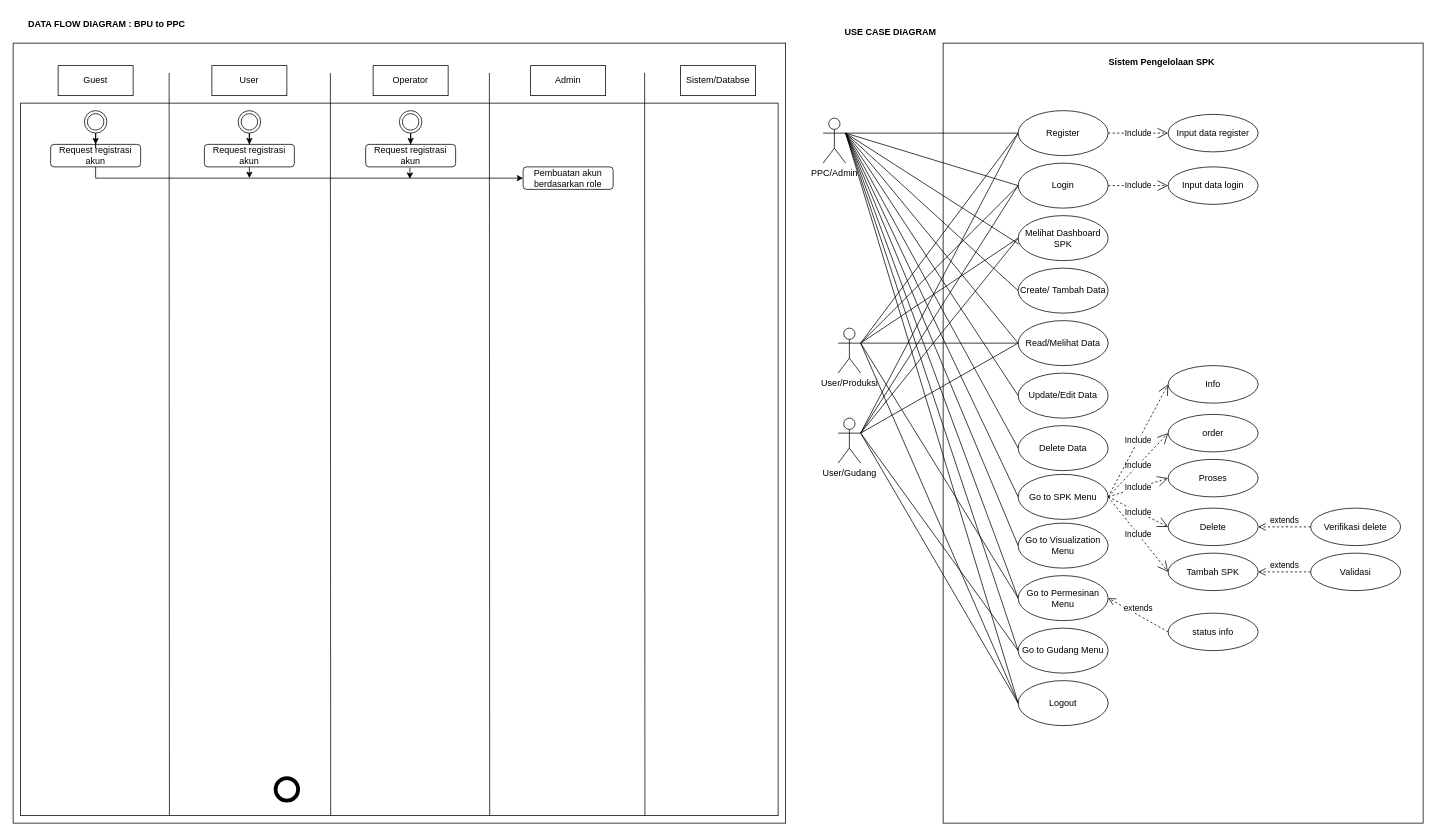
Above: UCD progres rev.drawio in rdhst/ena-me-project (draw.io), before the change. Source tidied: cells renumbered, new cells numbered last; positions are measured from the earlier drawing's top-left corner, leaving out a move shared by most shapes. Both pictures are drawn from the tidied source at 75%, with x=0, y=0 at pixel (13, 13).
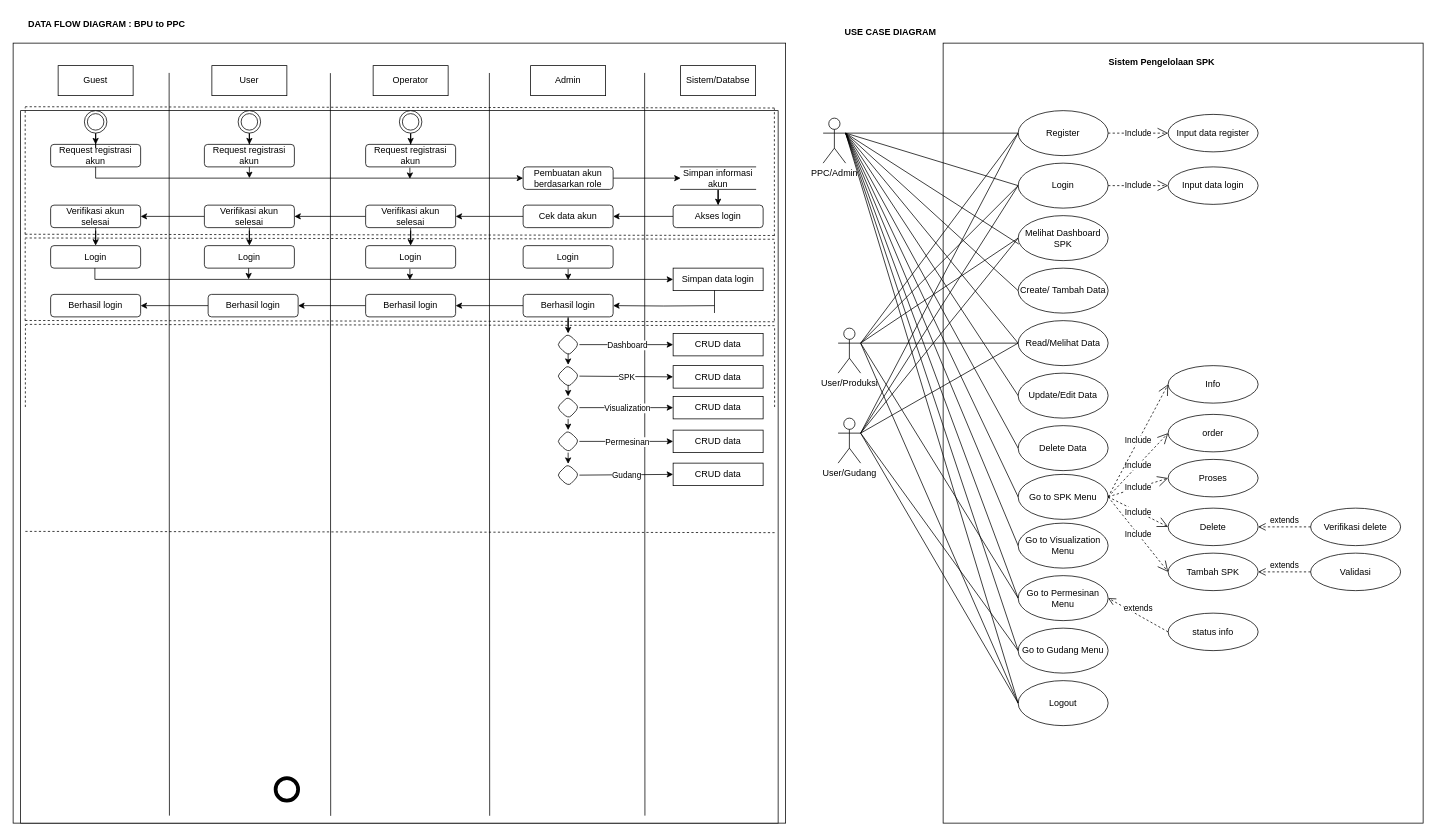
After the change.

Commit message:
Update UCD-DFDprogres rev.drawio

Unchanged cells that the change refers to:
```xml
<mxCell id="86" value="Pembuatan akun berdasarkan role" style="rounded=1;whiteSpace=wrap;html=1;" parent="1" vertex="1">
  <mxGeometry x="680" y="205" width="120" height="30" as="geometry" />
</mxCell>
```

The edit, as a diff of the source:
```diff
@@
     <mxCell id="66" style="rounded=0;whiteSpace=wrap;html=1;" parent="1" vertex="1">
-      <mxGeometry x="10" y="120" width="1010" height="950" as="geometry" />
+      <mxGeometry x="10" y="130" width="1010" height="950" as="geometry" />
     </mxCell>
@@
+    <mxCell id="91" style="edgeStyle=orthogonalEdgeStyle;rounded=0;jettySize=auto;html=1;" parent="1" edge="1" source="86" target="93">
+      <mxGeometry relative="1" as="geometry" />
+    </mxCell>
@@
+    <mxCell id="92" style="edgeStyle=orthogonalEdgeStyle;rounded=0;jettySize=auto;html=1;" parent="1" edge="1" source="93" target="95">
+      <mxGeometry relative="1" as="geometry" />
+    </mxCell>
+    <mxCell id="93" value="Simpan informasi akun" style="html=1;dashed=0;whiteSpace=wrap;shape=partialRectangle;right=0;left=0;" parent="1" vertex="1">
+      <mxGeometry x="890" y="205" width="100" height="30" as="geometry" />
+    </mxCell>
+    <mxCell id="94" style="edgeStyle=orthogonalEdgeStyle;rounded=0;jettySize=auto;html=1;" parent="1" edge="1" source="95" target="97">
+      <mxGeometry relative="1" as="geometry" />
+    </mxCell>
+    <mxCell id="95" value="Akses login" style="rounded=1;whiteSpace=wrap;html=1;" parent="1" vertex="1">
+      <mxGeometry x="880" y="256" width="120" height="30" as="geometry" />
+    </mxCell>
+    <mxCell id="96" style="edgeStyle=orthogonalEdgeStyle;rounded=0;jettySize=auto;html=1;" parent="1" edge="1" source="97" target="100">
+      <mxGeometry relative="1" as="geometry" />
+    </mxCell>
+    <mxCell id="97" value="Cek data akun" style="rounded=1;whiteSpace=wrap;html=1;" parent="1" vertex="1">
+      <mxGeometry x="680" y="256" width="120" height="30" as="geometry" />
+    </mxCell>
+    <mxCell id="98" style="edgeStyle=orthogonalEdgeStyle;rounded=0;jettySize=auto;html=1;" parent="1" edge="1" source="100" target="103">
+      <mxGeometry relative="1" as="geometry" />
+    </mxCell>
+    <mxCell id="99" style="edgeStyle=orthogonalEdgeStyle;rounded=0;jettySize=auto;html=1;" parent="1" edge="1" source="100" target="116">
+      <mxGeometry relative="1" as="geometry" />
+    </mxCell>
+    <mxCell id="100" value="Verifikasi akun selesai" style="rounded=1;whiteSpace=wrap;html=1;" parent="1" vertex="1">
+      <mxGeometry x="470" y="256" width="120" height="30" as="geometry" />
+    </mxCell>
+    <mxCell id="101" style="edgeStyle=orthogonalEdgeStyle;rounded=0;jettySize=auto;html=1;" parent="1" edge="1" source="103" target="105">
+      <mxGeometry relative="1" as="geometry" />
+    </mxCell>
+    <mxCell id="102" style="edgeStyle=orthogonalEdgeStyle;rounded=0;jettySize=auto;html=1;" parent="1" edge="1" source="103" target="115">
+      <mxGeometry relative="1" as="geometry" />
+    </mxCell>
+    <mxCell id="103" value="Verifikasi akun selesai" style="rounded=1;whiteSpace=wrap;html=1;" parent="1" vertex="1">
+      <mxGeometry x="255" y="256" width="120" height="30" as="geometry" />
+    </mxCell>
+    <mxCell id="104" style="edgeStyle=orthogonalEdgeStyle;rounded=0;jettySize=auto;html=1;" parent="1" edge="1" source="105" target="110">
+      <mxGeometry relative="1" as="geometry" />
+    </mxCell>
+    <mxCell id="105" value="Verifikasi akun selesai" style="rounded=1;whiteSpace=wrap;html=1;" parent="1" vertex="1">
+      <mxGeometry x="50" y="256" width="120" height="30" as="geometry" />
+    </mxCell>
+    <mxCell id="106" style="endArrow=none;dashed=1;html=1;rounded=0;entryX=0.01;entryY=0.011;entryDx=0;entryDy=0;entryPerimeter=0;" parent="1" edge="1">
+      <mxGeometry relative="1" as="geometry">
+        <mxPoint x="16" y="295" as="sourcePoint" />
+        <mxPoint x="16.1" y="125.5" as="targetPoint" />
+      </mxGeometry>
+    </mxCell>
+    <mxCell id="107" style="endArrow=none;dashed=1;html=1;rounded=0;entryX=0.01;entryY=0.011;entryDx=0;entryDy=0;entryPerimeter=0;" parent="1" edge="1">
+      <mxGeometry relative="1" as="geometry">
+        <mxPoint x="1015" y="297" as="sourcePoint" />
+        <mxPoint x="1015" y="127" as="targetPoint" />
+      </mxGeometry>
+    </mxCell>
+    <mxCell id="108" style="endArrow=none;dashed=1;html=1;rounded=0;exitX=0.99;exitY=0.011;exitDx=0;exitDy=0;exitPerimeter=0;entryX=0;entryY=0.184;entryDx=0;entryDy=0;entryPerimeter=0;" parent="1" edge="1">
+      <mxGeometry relative="1" as="geometry">
+        <mxPoint x="1015" y="296.5" as="sourcePoint" />
+        <mxPoint x="14" y="294.8" as="targetPoint" />
+      </mxGeometry>
+    </mxCell>
+    <mxCell id="109" style="endArrow=none;dashed=1;html=1;rounded=0;exitX=0.99;exitY=0.011;exitDx=0;exitDy=0;exitPerimeter=0;entryX=0;entryY=0.184;entryDx=0;entryDy=0;entryPerimeter=0;" parent="1" edge="1">
+      <mxGeometry relative="1" as="geometry">
+        <mxPoint x="1015" y="126.5" as="sourcePoint" />
+        <mxPoint x="14" y="124.8" as="targetPoint" />
+      </mxGeometry>
+    </mxCell>
+    <mxCell id="110" value="Login" style="rounded=1;whiteSpace=wrap;html=1;" parent="1" vertex="1">
+      <mxGeometry x="50" y="310" width="120" height="30" as="geometry" />
+    </mxCell>
+    <mxCell id="111" style="endArrow=none;dashed=1;html=1;rounded=0;entryX=0.01;entryY=0.011;entryDx=0;entryDy=0;entryPerimeter=0;" parent="1" edge="1">
+      <mxGeometry relative="1" as="geometry">
+        <mxPoint x="16" y="410" as="sourcePoint" />
+        <mxPoint x="16.1" y="300.5" as="targetPoint" />
+      </mxGeometry>
+    </mxCell>
+    <mxCell id="112" style="endArrow=none;dashed=1;html=1;rounded=0;entryX=0.01;entryY=0.011;entryDx=0;entryDy=0;entryPerimeter=0;" parent="1" edge="1">
+      <mxGeometry relative="1" as="geometry">
+        <mxPoint x="1015" y="410" as="sourcePoint" />
+        <mxPoint x="1015" y="302" as="targetPoint" />
+      </mxGeometry>
+    </mxCell>
+    <mxCell id="113" style="endArrow=none;dashed=1;html=1;rounded=0;exitX=0.99;exitY=0.011;exitDx=0;exitDy=0;exitPerimeter=0;entryX=0;entryY=0.184;entryDx=0;entryDy=0;entryPerimeter=0;" parent="1" edge="1">
+      <mxGeometry relative="1" as="geometry">
+        <mxPoint x="1015" y="411.5" as="sourcePoint" />
+        <mxPoint x="14" y="409.8" as="targetPoint" />
+      </mxGeometry>
+    </mxCell>
+    <mxCell id="114" style="endArrow=none;dashed=1;html=1;rounded=0;exitX=0.99;exitY=0.011;exitDx=0;exitDy=0;exitPerimeter=0;entryX=0;entryY=0.184;entryDx=0;entryDy=0;entryPerimeter=0;" parent="1" edge="1">
+      <mxGeometry relative="1" as="geometry">
+        <mxPoint x="1015" y="301.5" as="sourcePoint" />
+        <mxPoint x="14" y="299.8" as="targetPoint" />
+      </mxGeometry>
+    </mxCell>
+    <mxCell id="115" value="Login" style="rounded=1;whiteSpace=wrap;html=1;" parent="1" vertex="1">
+      <mxGeometry x="255" y="310" width="120" height="30" as="geometry" />
+    </mxCell>
+    <mxCell id="116" value="Login" style="rounded=1;whiteSpace=wrap;html=1;" parent="1" vertex="1">
+      <mxGeometry x="470" y="310" width="120" height="30" as="geometry" />
+    </mxCell>
+    <mxCell id="117" value="Login" style="rounded=1;whiteSpace=wrap;html=1;" parent="1" vertex="1">
+      <mxGeometry x="680" y="310" width="120" height="30" as="geometry" />
+    </mxCell>
+    <mxCell id="118" style="endArrow=classic;html=1;rounded=0;entryX=0;entryY=0.5;entryDx=0;entryDy=0;" parent="1" edge="1" target="122">
+      <mxGeometry relative="1" as="geometry">
+        <mxPoint x="109" y="355" as="sourcePoint" />
+      </mxGeometry>
+    </mxCell>
+    <mxCell id="119" style="endArrow=none;html=1;rounded=0;" parent="1" edge="1">
+      <mxGeometry relative="1" as="geometry">
+        <mxPoint x="109" y="355" as="sourcePoint" />
+        <mxPoint x="109" y="340" as="targetPoint" />
+      </mxGeometry>
+    </mxCell>
+    <mxCell id="120" style="endArrow=classic;html=1;rounded=0;exitX=0.5;exitY=1;exitDx=0;exitDy=0;" parent="1" edge="1">
+      <mxGeometry relative="1" as="geometry">
+        <mxPoint x="314" y="340" as="sourcePoint" />
+        <mxPoint x="314" y="355" as="targetPoint" />
+      </mxGeometry>
+    </mxCell>
+    <mxCell id="121" style="endArrow=classic;html=1;rounded=0;exitX=0.5;exitY=1;exitDx=0;exitDy=0;" parent="1" edge="1">
+      <mxGeometry relative="1" as="geometry">
+        <mxPoint x="529" y="341" as="sourcePoint" />
+        <mxPoint x="529" y="356" as="targetPoint" />
+      </mxGeometry>
+    </mxCell>
+    <mxCell id="122" value="Simpan data login" style="rounded=0;whiteSpace=wrap;html=1;" parent="1" vertex="1">
+      <mxGeometry x="880" y="340" width="120" height="30" as="geometry" />
+    </mxCell>
+    <mxCell id="123" style="endArrow=classic;html=1;rounded=0;exitX=0.5;exitY=1;exitDx=0;exitDy=0;" parent="1" edge="1">
+      <mxGeometry relative="1" as="geometry">
+        <mxPoint x="740" y="341" as="sourcePoint" />
+        <mxPoint x="740" y="356" as="targetPoint" />
+      </mxGeometry>
+    </mxCell>
+    <mxCell id="124" style="edgeStyle=orthogonalEdgeStyle;rounded=0;jettySize=auto;html=1;" parent="1" edge="1" source="126" target="130">
+      <mxGeometry relative="1" as="geometry" />
+    </mxCell>
+    <mxCell id="125" style="edgeStyle=orthogonalEdgeStyle;rounded=0;jettySize=auto;html=1;entryX=0.5;entryY=0;entryDx=0;entryDy=0;" parent="1" edge="1" source="126" target="138">
+      <mxGeometry relative="1" as="geometry" />
+    </mxCell>
+    <mxCell id="126" value="Berhasil login" style="rounded=1;whiteSpace=wrap;html=1;" parent="1" vertex="1">
+      <mxGeometry x="680" y="375" width="120" height="30" as="geometry" />
+    </mxCell>
+    <mxCell id="127" style="endArrow=none;html=1;rounded=0;entryX=0.46;entryY=0.987;entryDx=0;entryDy=0;entryPerimeter=0;exitX=0.916;exitY=0.284;exitDx=0;exitDy=0;exitPerimeter=0;" parent="1" edge="1" source="66" target="122">
+      <mxGeometry relative="1" as="geometry" />
+    </mxCell>
+    <mxCell id="128" style="edgeStyle=orthogonalEdgeStyle;rounded=0;jettySize=auto;html=1;entryX=1;entryY=0.5;entryDx=0;entryDy=0;" parent="1" edge="1" target="126">
+      <mxGeometry relative="1" as="geometry">
+        <mxPoint x="935" y="390" as="sourcePoint" />
+      </mxGeometry>
+    </mxCell>
+    <mxCell id="129" style="edgeStyle=orthogonalEdgeStyle;rounded=0;jettySize=auto;html=1;" parent="1" edge="1" source="130" target="132">
+      <mxGeometry relative="1" as="geometry" />
+    </mxCell>
+    <mxCell id="130" value="Berhasil login" style="rounded=1;whiteSpace=wrap;html=1;" parent="1" vertex="1">
+      <mxGeometry x="470" y="375" width="120" height="30" as="geometry" />
+    </mxCell>
+    <mxCell id="131" style="edgeStyle=orthogonalEdgeStyle;rounded=0;jettySize=auto;html=1;" parent="1" edge="1" source="132" target="133">
+      <mxGeometry relative="1" as="geometry" />
+    </mxCell>
+    <mxCell id="132" value="Berhasil login" style="rounded=1;whiteSpace=wrap;html=1;" parent="1" vertex="1">
+      <mxGeometry x="260" y="375" width="120" height="30" as="geometry" />
+    </mxCell>
+    <mxCell id="133" value="Berhasil login" style="rounded=1;whiteSpace=wrap;html=1;" parent="1" vertex="1">
+      <mxGeometry x="50" y="375" width="120" height="30" as="geometry" />
+    </mxCell>
+    <mxCell id="134" style="endArrow=none;dashed=1;html=1;rounded=0;entryX=0.01;entryY=0.011;entryDx=0;entryDy=0;entryPerimeter=0;" parent="1" edge="1">
+      <mxGeometry relative="1" as="geometry">
+        <mxPoint x="16.3" y="525.2" as="sourcePoint" />
+        <mxPoint x="16.4" y="415.7" as="targetPoint" />
+      </mxGeometry>
+    </mxCell>
+    <mxCell id="135" style="endArrow=none;dashed=1;html=1;rounded=0;entryX=0.01;entryY=0.011;entryDx=0;entryDy=0;entryPerimeter=0;" parent="1" edge="1">
+      <mxGeometry relative="1" as="geometry">
+        <mxPoint x="1015.3" y="525.2" as="sourcePoint" />
+        <mxPoint x="1015.3" y="417.2" as="targetPoint" />
+      </mxGeometry>
+    </mxCell>
+    <mxCell id="136" style="endArrow=none;dashed=1;html=1;rounded=0;exitX=0.99;exitY=0.011;exitDx=0;exitDy=0;exitPerimeter=0;entryX=0;entryY=0.184;entryDx=0;entryDy=0;entryPerimeter=0;" parent="1" edge="1">
+      <mxGeometry relative="1" as="geometry">
+        <mxPoint x="1015.3" y="692.7" as="sourcePoint" />
+        <mxPoint x="14.3" y="691" as="targetPoint" />
+      </mxGeometry>
+    </mxCell>
+    <mxCell id="137" style="endArrow=none;dashed=1;html=1;rounded=0;exitX=0.99;exitY=0.011;exitDx=0;exitDy=0;exitPerimeter=0;entryX=0;entryY=0.184;entryDx=0;entryDy=0;entryPerimeter=0;" parent="1" edge="1">
+      <mxGeometry relative="1" as="geometry">
+        <mxPoint x="1015.3" y="416.7" as="sourcePoint" />
+        <mxPoint x="14.3" y="415" as="targetPoint" />
+      </mxGeometry>
+    </mxCell>
+    <mxCell id="138" style="rhombus;whiteSpace=wrap;html=1;rounded=1;" parent="1" vertex="1">
+      <mxGeometry x="725" y="427" width="30" height="30" as="geometry" />
+    </mxCell>
+    <mxCell id="139" style="endArrow=classic;html=1;rounded=0;entryX=0;entryY=0.5;entryDx=0;entryDy=0;exitX=1;exitY=0.5;exitDx=0;exitDy=0;" parent="1" edge="1" source="138" target="141">
+      <mxGeometry relative="1" as="geometry" />
+    </mxCell>
+    <mxCell id="140" value="Dashboard" style="edgeLabel;html=1;align=center;verticalAlign=middle;" parent="139" vertex="1">
+      <mxGeometry relative="1" as="geometry" />
+    </mxCell>
+    <mxCell id="141" value="CRUD data" style="rounded=0;whiteSpace=wrap;html=1;" parent="1" vertex="1">
+      <mxGeometry x="880" y="427" width="120" height="30" as="geometry" />
+    </mxCell>
+    <mxCell id="142" style="endArrow=classic;html=1;rounded=0;entryX=0;entryY=0.5;entryDx=0;entryDy=0;exitX=1;exitY=0.5;exitDx=0;exitDy=0;" parent="1" edge="1" source="145" target="144">
+      <mxGeometry relative="1" as="geometry" />
+    </mxCell>
+    <mxCell id="143" value="SPK" style="edgeLabel;html=1;align=center;verticalAlign=middle;" parent="142" vertex="1">
+      <mxGeometry relative="1" as="geometry" />
+    </mxCell>
+    <mxCell id="144" value="CRUD data" style="rounded=0;whiteSpace=wrap;html=1;" parent="1" vertex="1">
+      <mxGeometry x="880" y="470" width="120" height="30" as="geometry" />
+    </mxCell>
+    <mxCell id="145" style="rhombus;whiteSpace=wrap;html=1;rounded=1;" parent="1" vertex="1">
+      <mxGeometry x="725" y="469" width="30" height="30" as="geometry" />
+    </mxCell>
+    <mxCell id="146" style="rhombus;whiteSpace=wrap;html=1;rounded=1;" parent="1" vertex="1">
+      <mxGeometry x="725" y="556" width="30" height="30" as="geometry" />
+    </mxCell>
+    <mxCell id="147" style="endArrow=classic;html=1;rounded=0;exitX=0.5;exitY=1;exitDx=0;exitDy=0;entryX=0.5;entryY=0;entryDx=0;entryDy=0;" parent="1" edge="1" target="145">
+      <mxGeometry relative="1" as="geometry">
+        <mxPoint x="740" y="454" as="sourcePoint" />
+      </mxGeometry>
+    </mxCell>
+    <mxCell id="148" style="endArrow=classic;html=1;rounded=0;entryX=0.5;entryY=0;entryDx=0;entryDy=0;exitX=0.5;exitY=1;exitDx=0;exitDy=0;" parent="1" edge="1" target="149">
+      <mxGeometry relative="1" as="geometry">
+        <mxPoint x="740" y="496" as="sourcePoint" />
+      </mxGeometry>
+    </mxCell>
+    <mxCell id="149" style="rhombus;whiteSpace=wrap;html=1;rounded=1;" parent="1" vertex="1">
+      <mxGeometry x="725" y="511" width="30" height="30" as="geometry" />
+    </mxCell>
+    <mxCell id="150" style="endArrow=classic;html=1;rounded=0;entryX=0;entryY=0.5;entryDx=0;entryDy=0;exitX=1;exitY=0.5;exitDx=0;exitDy=0;" parent="1" edge="1" source="149" target="152">
+      <mxGeometry relative="1" as="geometry" />
+    </mxCell>
+    <mxCell id="151" value="Visualization" style="edgeLabel;html=1;align=center;verticalAlign=middle;" parent="150" vertex="1">
+      <mxGeometry relative="1" as="geometry" />
+    </mxCell>
+    <mxCell id="152" value="CRUD data" style="rounded=0;whiteSpace=wrap;html=1;" parent="1" vertex="1">
+      <mxGeometry x="880" y="511" width="120" height="30" as="geometry" />
+    </mxCell>
+    <mxCell id="153" style="endArrow=classic;html=1;rounded=0;entryX=0.5;entryY=0;entryDx=0;entryDy=0;exitX=0.5;exitY=1;exitDx=0;exitDy=0;" parent="1" edge="1" source="149" target="146">
+      <mxGeometry relative="1" as="geometry" />
+    </mxCell>
+    <mxCell id="154" style="endArrow=classic;html=1;rounded=0;entryX=0;entryY=0.5;entryDx=0;entryDy=0;exitX=1;exitY=0.5;exitDx=0;exitDy=0;" parent="1" edge="1" source="146" target="156">
+      <mxGeometry relative="1" as="geometry" />
+    </mxCell>
+    <mxCell id="155" value="Permesinan" style="edgeLabel;html=1;align=center;verticalAlign=middle;" parent="154" vertex="1">
+      <mxGeometry relative="1" as="geometry" />
+    </mxCell>
+    <mxCell id="156" value="CRUD data" style="rounded=0;whiteSpace=wrap;html=1;" parent="1" vertex="1">
+      <mxGeometry x="880" y="556" width="120" height="30" as="geometry" />
+    </mxCell>
+    <mxCell id="157" style="rhombus;whiteSpace=wrap;html=1;rounded=1;" parent="1" vertex="1">
+      <mxGeometry x="725" y="601" width="30" height="30" as="geometry" />
+    </mxCell>
+    <mxCell id="158" style="endArrow=classic;html=1;rounded=0;exitX=0.5;exitY=1;exitDx=0;exitDy=0;entryX=0.5;entryY=0;entryDx=0;entryDy=0;" parent="1" edge="1" source="146" target="157">
+      <mxGeometry relative="1" as="geometry" />
+    </mxCell>
+    <mxCell id="159" style="endArrow=classic;html=1;rounded=0;entryX=0;entryY=0.5;entryDx=0;entryDy=0;exitX=1;exitY=0.5;exitDx=0;exitDy=0;" parent="1" edge="1" source="157" target="161">
+      <mxGeometry relative="1" as="geometry" />
+    </mxCell>
+    <mxCell id="160" value="Gudang" style="edgeLabel;html=1;align=center;verticalAlign=middle;" parent="159" vertex="1">
+      <mxGeometry relative="1" as="geometry" />
+    </mxCell>
+    <mxCell id="161" value="CRUD data" style="rounded=0;whiteSpace=wrap;html=1;" parent="1" vertex="1">
+      <mxGeometry x="880" y="600" width="120" height="30" as="geometry" />
+    </mxCell>
```
